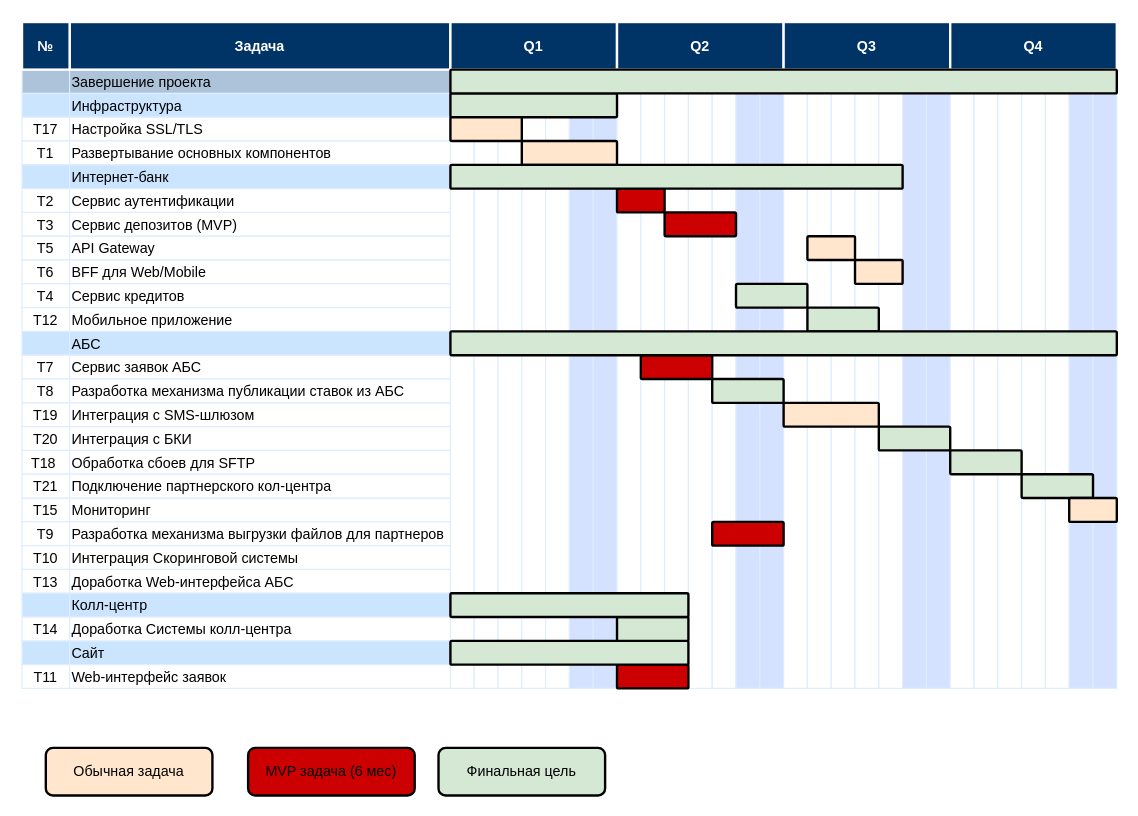
xSparKIx/architecture-pro-standart keeps this draw.io diagram as Task4/roadmap.drawio. Above is the earlier version. Source tidied: cells renumbered, new cells numbered last; positions are measured from the earlier drawing's top-left corner, leaving out a move shared by most shapes. Both pictures are drawn from the tidied source at 119%, with x=0, y=0 at pixel (21, 21).
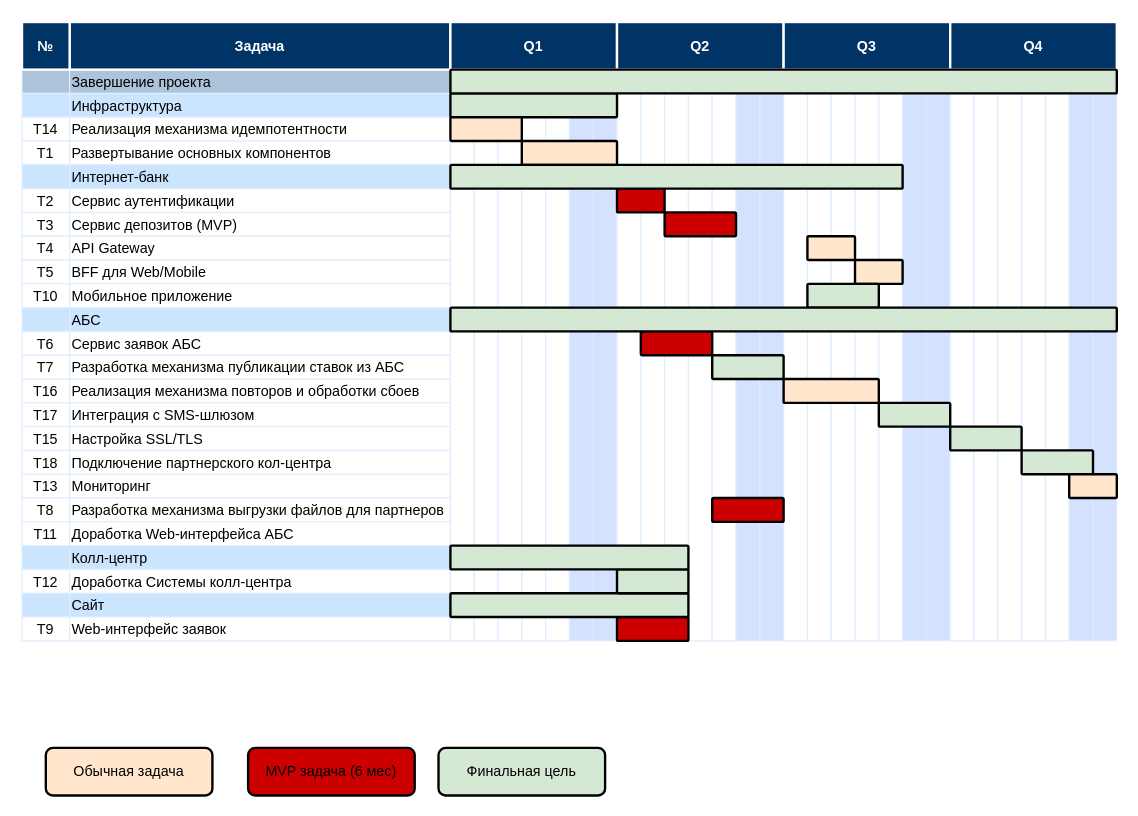
Above is the later version.

Change to the diagram source:
```diff
@@
     <mxCell id="4" style="strokeColor=#DEEDFF;" parent="1" vertex="1">
-      <mxGeometry x="360" y="40" width="20" height="520" as="geometry" />
+      <mxGeometry x="360" y="40" width="20" height="480" as="geometry" />
     </mxCell>
@@
-    <mxCell id="7" value="T17" style="strokeColor=#DEEDFF;" parent="1" vertex="1">
+    <mxCell id="7" value="T14" style="strokeColor=#DEEDFF;" parent="1" vertex="1">
       <mxGeometry y="80" width="40" height="20" as="geometry" />
     </mxCell>
-    <mxCell id="8" value="Настройка SSL/TLS" style="align=left;strokeColor=#DEEDFF;" parent="1" vertex="1">
+    <mxCell id="8" value="Реализация механизма идемпотентности" style="align=left;strokeColor=#DEEDFF;" parent="1" vertex="1">
       <mxGeometry x="40" y="80" width="320" height="20" as="geometry" />
     </mxCell>
@@
-    <mxCell id="18" value="T5" style="strokeColor=#DEEDFF;" parent="1" vertex="1">
+    <mxCell id="18" value="T4" style="strokeColor=#DEEDFF;" parent="1" vertex="1">
       <mxGeometry y="180" width="40" height="20" as="geometry" />
     </mxCell>
@@
-    <mxCell id="20" value="T6" style="strokeColor=#DEEDFF;fillColor=#FFFFFF;" parent="1" vertex="1">
+    <mxCell id="20" value="T5" style="strokeColor=#DEEDFF;fillColor=#FFFFFF;" parent="1" vertex="1">
       <mxGeometry y="200" width="40" height="20" as="geometry" />
     </mxCell>
@@
-    <mxCell id="22" value="T4" style="strokeColor=#DEEDFF;" parent="1" vertex="1">
-      <mxGeometry y="220" width="40" height="20" as="geometry" />
-    </mxCell>
-    <mxCell id="23" value="Сервис кредитов" style="align=left;strokeColor=#DEEDFF;" parent="1" vertex="1">
-      <mxGeometry x="40" y="220" width="320" height="20" as="geometry" />
-    </mxCell>
     <mxCell id="24" style="strokeColor=#DEEDFF;fillColor=#CCE5FF;" parent="1" vertex="1">
-      <mxGeometry y="260" width="40" height="20" as="geometry" />
+      <mxGeometry y="240" width="40" height="20" as="geometry" />
     </mxCell>
     <mxCell id="25" value="АБС" style="align=left;strokeColor=#DEEDFF;fillColor=#CCE5FF;" parent="1" vertex="1">
-      <mxGeometry x="40" y="260" width="320" height="20" as="geometry" />
+      <mxGeometry x="40" y="240" width="320" height="20" as="geometry" />
     </mxCell>
-    <mxCell id="26" value="T7" style="strokeColor=#DEEDFF;" parent="1" vertex="1">
-      <mxGeometry y="280" width="40" height="20" as="geometry" />
+    <mxCell id="26" value="T6" style="strokeColor=#DEEDFF;" parent="1" vertex="1">
+      <mxGeometry y="260" width="40" height="20" as="geometry" />
     </mxCell>
     <mxCell id="27" value="Сервис заявок АБС" style="align=left;strokeColor=#DEEDFF;" parent="1" vertex="1">
-      <mxGeometry x="40" y="280" width="320" height="20" as="geometry" />
+      <mxGeometry x="40" y="260" width="320" height="20" as="geometry" />
     </mxCell>
-    <mxCell id="28" value="T19" style="strokeColor=#DEEDFF;" parent="1" vertex="1">
-      <mxGeometry y="320" width="40" height="20" as="geometry" />
+    <mxCell id="28" value="T16" style="strokeColor=#DEEDFF;" parent="1" vertex="1">
+      <mxGeometry y="300" width="40" height="20" as="geometry" />
     </mxCell>
-    <mxCell id="29" value="Интеграция с SMS-шлюзом" style="align=left;strokeColor=#DEEDFF;" parent="1" vertex="1">
-      <mxGeometry x="40" y="320" width="320" height="20" as="geometry" />
+    <mxCell id="29" value="Реализация механизма повторов и обработки сбоев" style="align=left;strokeColor=#DEEDFF;" parent="1" vertex="1">
+      <mxGeometry x="40" y="300" width="320" height="20" as="geometry" />
     </mxCell>
-    <mxCell id="30" value="T20" style="strokeColor=#DEEDFF;" parent="1" vertex="1">
-      <mxGeometry y="340" width="40" height="20" as="geometry" />
+    <mxCell id="30" value="T17" style="strokeColor=#DEEDFF;" parent="1" vertex="1">
+      <mxGeometry y="320" width="40" height="20" as="geometry" />
     </mxCell>
-    <mxCell id="31" value="Интеграция с БКИ" style="align=left;strokeColor=#DEEDFF;" parent="1" vertex="1">
-      <mxGeometry x="40" y="340" width="320" height="20" as="geometry" />
+    <mxCell id="31" value="Интеграция с SMS-шлюзом" style="align=left;strokeColor=#DEEDFF;" parent="1" vertex="1">
+      <mxGeometry x="40" y="320" width="320" height="20" as="geometry" />
     </mxCell>
-    <mxCell id="32" value="T15" style="strokeColor=#DEEDFF;fillColor=#FFFFFF;" parent="1" vertex="1">
-      <mxGeometry y="400" width="40" height="20" as="geometry" />
+    <mxCell id="32" value="T13" style="strokeColor=#DEEDFF;fillColor=#FFFFFF;" parent="1" vertex="1">
+      <mxGeometry y="380" width="40" height="20" as="geometry" />
     </mxCell>
     <mxCell id="33" value="Мониторинг" style="align=left;strokeColor=#DEEDFF;fillColor=#FFFFFF;" parent="1" vertex="1">
-      <mxGeometry x="40" y="400" width="320" height="20" as="geometry" />
+      <mxGeometry x="40" y="380" width="320" height="20" as="geometry" />
     </mxCell>
-    <mxCell id="34" value="T18 " style="strokeColor=#DEEDFF;fillColor=#FFFFFF;" parent="1" vertex="1">
-      <mxGeometry y="360" width="40" height="20" as="geometry" />
+    <mxCell id="34" value="T15" style="strokeColor=#DEEDFF;fillColor=#FFFFFF;" parent="1" vertex="1">
+      <mxGeometry y="340" width="40" height="20" as="geometry" />
     </mxCell>
-    <mxCell id="35" value="Обработка сбоев для SFTP" style="align=left;strokeColor=#DEEDFF;fillColor=#FFFFFF;" parent="1" vertex="1">
-      <mxGeometry x="40" y="360" width="320" height="20" as="geometry" />
+    <mxCell id="35" value="Настройка SSL/TLS" style="align=left;strokeColor=#DEEDFF;fillColor=#FFFFFF;" parent="1" vertex="1">
+      <mxGeometry x="40" y="340" width="320" height="20" as="geometry" />
     </mxCell>
-    <mxCell id="36" value="T21" style="strokeColor=#DEEDFF;" parent="1" vertex="1">
-      <mxGeometry y="380" width="40" height="20" as="geometry" />
+    <mxCell id="36" value="T18" style="strokeColor=#DEEDFF;" parent="1" vertex="1">
+      <mxGeometry y="360" width="40" height="20" as="geometry" />
     </mxCell>
     <mxCell id="37" value="Подключение партнерского кол-центра" style="align=left;strokeColor=#DEEDFF;" parent="1" vertex="1">
-      <mxGeometry x="40" y="380" width="320" height="20" as="geometry" />
+      <mxGeometry x="40" y="360" width="320" height="20" as="geometry" />
     </mxCell>
     <mxCell id="38" style="strokeColor=#DEEDFF;fillColor=#CCE5FF;" parent="1" vertex="1">
-      <mxGeometry y="520" width="40" height="20" as="geometry" />
+      <mxGeometry y="480" width="40" height="20" as="geometry" />
     </mxCell>
     <mxCell id="39" value="Сайт" style="align=left;strokeColor=#DEEDFF;fillColor=#CCE5FF;" parent="1" vertex="1">
-      <mxGeometry x="40" y="520" width="320" height="20" as="geometry" />
+      <mxGeometry x="40" y="480" width="320" height="20" as="geometry" />
     </mxCell>
-    <mxCell id="40" value="T11" style="strokeColor=#DEEDFF;" parent="1" vertex="1">
-      <mxGeometry y="540" width="40" height="20" as="geometry" />
+    <mxCell id="40" value="T9" style="strokeColor=#DEEDFF;" parent="1" vertex="1">
+      <mxGeometry y="500" width="40" height="20" as="geometry" />
     </mxCell>
     <mxCell id="41" value="Web-интерфейс заявок" style="align=left;strokeColor=#DEEDFF;" parent="1" vertex="1">
-      <mxGeometry x="40" y="540" width="320" height="20" as="geometry" />
+      <mxGeometry x="40" y="500" width="320" height="20" as="geometry" />
     </mxCell>
-    <mxCell id="42" value="Т9" style="strokeColor=#DEEDFF;" parent="1" vertex="1">
-      <mxGeometry y="420" width="40" height="20" as="geometry" />
+    <mxCell id="42" value="Т8" style="strokeColor=#DEEDFF;" parent="1" vertex="1">
+      <mxGeometry y="400" width="40" height="20" as="geometry" />
     </mxCell>
     <mxCell id="43" value="Разработка механизма выгрузки файлов для партнеров" style="align=left;strokeColor=#DEEDFF;" parent="1" vertex="1">
-      <mxGeometry x="40" y="420" width="320" height="20" as="geometry" />
+      <mxGeometry x="40" y="400" width="320" height="20" as="geometry" />
     </mxCell>
-    <mxCell id="44" value="Т10" style="strokeColor=#DEEDFF;" parent="1" vertex="1">
-      <mxGeometry y="440" width="40" height="20" as="geometry" />
-    </mxCell>
-    <mxCell id="45" value="Интеграция Скоринговой системы" style="align=left;strokeColor=#DEEDFF;" parent="1" vertex="1">
-      <mxGeometry x="40" y="440" width="320" height="20" as="geometry" />
-    </mxCell>
-    <mxCell id="46" value="Т13" style="strokeColor=#DEEDFF;" parent="1" vertex="1">
-      <mxGeometry y="460" width="40" height="20" as="geometry" />
+    <mxCell id="46" value="Т11" style="strokeColor=#DEEDFF;" parent="1" vertex="1">
+      <mxGeometry y="420" width="40" height="20" as="geometry" />
     </mxCell>
     <mxCell id="47" value="Доработка Web-интерфейса АБС" style="align=left;strokeColor=#DEEDFF;" parent="1" vertex="1">
-      <mxGeometry x="40" y="460" width="320" height="20" as="geometry" />
+      <mxGeometry x="40" y="420" width="320" height="20" as="geometry" />
     </mxCell>
     <mxCell id="48" style="strokeColor=#DEEDFF;fillColor=#CCE5FF;" parent="1" vertex="1">
-      <mxGeometry y="480" width="40" height="20" as="geometry" />
+      <mxGeometry y="440" width="40" height="20" as="geometry" />
     </mxCell>
     <mxCell id="49" value="Колл-центр" style="align=left;strokeColor=#DEEDFF;fillColor=#CCE5FF;" parent="1" vertex="1">
-      <mxGeometry x="40" y="480" width="320" height="20" as="geometry" />
+      <mxGeometry x="40" y="440" width="320" height="20" as="geometry" />
     </mxCell>
-    <mxCell id="50" value="Т14" style="strokeColor=#DEEDFF;" parent="1" vertex="1">
-      <mxGeometry y="500" width="40" height="20" as="geometry" />
+    <mxCell id="50" value="Т12" style="strokeColor=#DEEDFF;" parent="1" vertex="1">
+      <mxGeometry y="460" width="40" height="20" as="geometry" />
     </mxCell>
     <mxCell id="51" value="Доработка Системы колл-центра" style="align=left;strokeColor=#DEEDFF;" parent="1" vertex="1">
-      <mxGeometry x="40" y="500" width="320" height="20" as="geometry" />
+      <mxGeometry x="40" y="460" width="320" height="20" as="geometry" />
     </mxCell>
-    <mxCell id="52" value="Т8" style="strokeColor=#DEEDFF;" parent="1" vertex="1">
-      <mxGeometry y="300" width="40" height="20" as="geometry" />
+    <mxCell id="52" value="Т7" style="strokeColor=#DEEDFF;" parent="1" vertex="1">
+      <mxGeometry y="280" width="40" height="20" as="geometry" />
     </mxCell>
     <mxCell id="53" value="Разработка механизма публикации ставок из АБС" style="align=left;strokeColor=#DEEDFF;" parent="1" vertex="1">
-      <mxGeometry x="40" y="300" width="320" height="20" as="geometry" />
+      <mxGeometry x="40" y="280" width="320" height="20" as="geometry" />
     </mxCell>
@@
-    <mxCell id="55" value="T12" style="strokeColor=#DEEDFF;" parent="1" vertex="1">
-      <mxGeometry y="240" width="40" height="20" as="geometry" />
+    <mxCell id="55" value="T10" style="strokeColor=#DEEDFF;" parent="1" vertex="1">
+      <mxGeometry y="220" width="40" height="20" as="geometry" />
     </mxCell>
     <mxCell id="56" value="Мобильное приложение" style="align=left;strokeColor=#DEEDFF;" parent="1" vertex="1">
-      <mxGeometry x="40" y="240" width="320" height="20" as="geometry" />
+      <mxGeometry x="40" y="220" width="320" height="20" as="geometry" />
     </mxCell>
     <mxCell id="57" style="strokeColor=#DEEDFF;" parent="1" vertex="1">
-      <mxGeometry x="380" y="40" width="20" height="520" as="geometry" />
+      <mxGeometry x="380" y="40" width="20" height="480" as="geometry" />
     </mxCell>
     <mxCell id="58" style="strokeColor=#DEEDFF;" parent="1" vertex="1">
-      <mxGeometry x="400" y="40" width="20" height="520" as="geometry" />
+      <mxGeometry x="400" y="40" width="20" height="480" as="geometry" />
     </mxCell>
     <mxCell id="59" style="strokeColor=#DEEDFF;" parent="1" vertex="1">
-      <mxGeometry x="420" y="40" width="20" height="520" as="geometry" />
+      <mxGeometry x="420" y="40" width="20" height="480" as="geometry" />
     </mxCell>
     <mxCell id="60" style="strokeColor=#DEEDFF;" parent="1" vertex="1">
-      <mxGeometry x="440" y="40" width="20" height="520" as="geometry" />
+      <mxGeometry x="440" y="40" width="20" height="480" as="geometry" />
     </mxCell>
     <mxCell id="61" style="strokeColor=#DEEDFF;fillColor=#D4E1FF;" parent="1" vertex="1">
-      <mxGeometry x="460" y="40" width="20" height="520" as="geometry" />
+      <mxGeometry x="460" y="40" width="20" height="480" as="geometry" />
     </mxCell>
     <mxCell id="62" style="strokeColor=#DEEDFF;fillColor=#D4E1FF;" parent="1" vertex="1">
-      <mxGeometry x="480" y="40" width="20" height="520" as="geometry" />
+      <mxGeometry x="480" y="40" width="20" height="480" as="geometry" />
     </mxCell>
     <mxCell id="63" style="strokeColor=#DEEDFF;" parent="1" vertex="1">
-      <mxGeometry x="500" y="40" width="20" height="520" as="geometry" />
+      <mxGeometry x="500" y="40" width="20" height="480" as="geometry" />
     </mxCell>
     <mxCell id="64" style="strokeColor=#DEEDFF;" parent="1" vertex="1">
-      <mxGeometry x="520" y="40" width="20" height="520" as="geometry" />
+      <mxGeometry x="520" y="40" width="20" height="480" as="geometry" />
     </mxCell>
     <mxCell id="65" style="strokeColor=#DEEDFF;" parent="1" vertex="1">
-      <mxGeometry x="540" y="40" width="20" height="520" as="geometry" />
+      <mxGeometry x="540" y="40" width="20" height="480" as="geometry" />
     </mxCell>
     <mxCell id="66" style="strokeColor=#DEEDFF;" parent="1" vertex="1">
-      <mxGeometry x="560" y="40" width="20" height="520" as="geometry" />
+      <mxGeometry x="560" y="40" width="20" height="480" as="geometry" />
     </mxCell>
     <mxCell id="67" style="strokeColor=#DEEDFF;" parent="1" vertex="1">
-      <mxGeometry x="580" y="40" width="20" height="520" as="geometry" />
+      <mxGeometry x="580" y="40" width="20" height="480" as="geometry" />
     </mxCell>
     <mxCell id="68" style="strokeColor=#DEEDFF;fillColor=#D4E1FF;" parent="1" vertex="1">
-      <mxGeometry x="600" y="40" width="20" height="520" as="geometry" />
+      <mxGeometry x="600" y="40" width="20" height="480" as="geometry" />
     </mxCell>
     <mxCell id="69" style="strokeColor=#DEEDFF;fillColor=#D4E1FF;" parent="1" vertex="1">
-      <mxGeometry x="620" y="40" width="20" height="520" as="geometry" />
+      <mxGeometry x="620" y="40" width="20" height="480" as="geometry" />
     </mxCell>
     <mxCell id="70" style="strokeColor=#DEEDFF;" parent="1" vertex="1">
-      <mxGeometry x="640" y="40" width="20" height="520" as="geometry" />
+      <mxGeometry x="640" y="40" width="20" height="480" as="geometry" />
     </mxCell>
     <mxCell id="71" style="strokeColor=#DEEDFF;" parent="1" vertex="1">
-      <mxGeometry x="660" y="40" width="20" height="520" as="geometry" />
+      <mxGeometry x="660" y="40" width="20" height="480" as="geometry" />
     </mxCell>
     <mxCell id="72" style="strokeColor=#DEEDFF;" parent="1" vertex="1">
-      <mxGeometry x="680" y="40" width="20" height="520" as="geometry" />
+      <mxGeometry x="680" y="40" width="20" height="480" as="geometry" />
     </mxCell>
     <mxCell id="73" style="strokeColor=#DEEDFF;" parent="1" vertex="1">
-      <mxGeometry x="700" y="40" width="20" height="520" as="geometry" />
+      <mxGeometry x="700" y="40" width="20" height="480" as="geometry" />
     </mxCell>
     <mxCell id="74" style="strokeColor=#DEEDFF;" parent="1" vertex="1">
-      <mxGeometry x="720" y="40" width="20" height="520" as="geometry" />
+      <mxGeometry x="720" y="40" width="20" height="480" as="geometry" />
     </mxCell>
     <mxCell id="75" style="strokeColor=#DEEDFF;fillColor=#D4E1FF;" parent="1" vertex="1">
-      <mxGeometry x="740" y="40" width="20" height="520" as="geometry" />
+      <mxGeometry x="740" y="40" width="20" height="480" as="geometry" />
     </mxCell>
     <mxCell id="76" style="strokeColor=#DEEDFF;fillColor=#D4E1FF;" parent="1" vertex="1">
-      <mxGeometry x="760" y="40" width="20" height="520" as="geometry" />
+      <mxGeometry x="760" y="40" width="20" height="480" as="geometry" />
     </mxCell>
     <mxCell id="77" style="strokeColor=#DEEDFF;" parent="1" vertex="1">
-      <mxGeometry x="780" y="40" width="20" height="520" as="geometry" />
+      <mxGeometry x="780" y="40" width="20" height="480" as="geometry" />
     </mxCell>
     <mxCell id="78" style="strokeColor=#DEEDFF;" parent="1" vertex="1">
-      <mxGeometry x="800" y="40" width="20" height="520" as="geometry" />
+      <mxGeometry x="800" y="40" width="20" height="480" as="geometry" />
     </mxCell>
     <mxCell id="79" style="strokeColor=#DEEDFF;" parent="1" vertex="1">
-      <mxGeometry x="820" y="40" width="20" height="520" as="geometry" />
+      <mxGeometry x="820" y="40" width="20" height="480" as="geometry" />
     </mxCell>
     <mxCell id="80" style="strokeColor=#DEEDFF;" parent="1" vertex="1">
-      <mxGeometry x="840" y="40" width="20" height="520" as="geometry" />
+      <mxGeometry x="840" y="40" width="20" height="480" as="geometry" />
     </mxCell>
     <mxCell id="81" style="strokeColor=#DEEDFF;" parent="1" vertex="1">
-      <mxGeometry x="860" y="40" width="20" height="520" as="geometry" />
+      <mxGeometry x="860" y="40" width="20" height="480" as="geometry" />
     </mxCell>
     <mxCell id="82" style="strokeColor=#DEEDFF;fillColor=#D4E1FF;" parent="1" vertex="1">
-      <mxGeometry x="880" y="40" width="20" height="520" as="geometry" />
+      <mxGeometry x="880" y="40" width="20" height="480" as="geometry" />
     </mxCell>
     <mxCell id="83" style="strokeColor=#DEEDFF;fillColor=#D4E1FF;" parent="1" vertex="1">
-      <mxGeometry x="900" y="40" width="20" height="520" as="geometry" />
+      <mxGeometry x="900" y="40" width="20" height="480" as="geometry" />
     </mxCell>
@@
-    <mxCell id="98" style="shape=mxgraph.flowchart.process;fillColor=#d5e8d4;strokeColor=default;strokeWidth=2;" parent="1" vertex="1">
-      <mxGeometry x="600" y="220" width="60" height="20" as="geometry" />
-    </mxCell>
     <mxCell id="99" style="shape=mxgraph.flowchart.process;fillColor=#CC0000;strokeColor=default;strokeWidth=2;" parent="1" vertex="1">
-      <mxGeometry x="520" y="280" width="60" height="20" as="geometry" />
+      <mxGeometry x="520" y="260" width="60" height="20" as="geometry" />
     </mxCell>
     <mxCell id="100" style="shape=mxgraph.flowchart.process;fillColor=#CC0000;strokeColor=default;strokeWidth=2;" parent="1" vertex="1">
-      <mxGeometry x="500" y="540" width="60" height="20" as="geometry" />
+      <mxGeometry x="500" y="500" width="60" height="20" as="geometry" />
     </mxCell>
     <mxCell id="101" style="shape=mxgraph.flowchart.process;fillColor=#d5e8d4;strokeColor=#000000;strokeWidth=2;" parent="1" vertex="1">
-      <mxGeometry x="580" y="300" width="60" height="20" as="geometry" />
+      <mxGeometry x="580" y="280" width="60" height="20" as="geometry" />
     </mxCell>
     <mxCell id="102" style="shape=mxgraph.flowchart.process;fillColor=#ffe6cc;strokeColor=#000000;strokeWidth=2;" parent="1" vertex="1">
-      <mxGeometry x="640" y="320" width="80" height="20" as="geometry" />
+      <mxGeometry x="640" y="300" width="80" height="20" as="geometry" />
     </mxCell>
     <mxCell id="103" style="shape=mxgraph.flowchart.process;fillColor=#d5e8d4;strokeColor=default;strokeWidth=2;" parent="1" vertex="1">
-      <mxGeometry x="720" y="340" width="60" height="20" as="geometry" />
+      <mxGeometry x="720" y="320" width="60" height="20" as="geometry" />
     </mxCell>
     <mxCell id="104" style="shape=mxgraph.flowchart.process;fillColor=#d5e8d4;strokeColor=default;strokeWidth=2;" parent="1" vertex="1">
-      <mxGeometry x="780" y="360" width="60" height="20" as="geometry" />
+      <mxGeometry x="780" y="340" width="60" height="20" as="geometry" />
     </mxCell>
     <mxCell id="105" style="shape=mxgraph.flowchart.process;fillColor=#d5e8d4;strokeColor=default;strokeWidth=2;" parent="1" vertex="1">
-      <mxGeometry x="840" y="380" width="60" height="20" as="geometry" />
+      <mxGeometry x="840" y="360" width="60" height="20" as="geometry" />
     </mxCell>
     <mxCell id="106" style="shape=mxgraph.flowchart.process;fillColor=#d5e8d4;strokeColor=default;strokeWidth=2;" parent="1" vertex="1">
-      <mxGeometry x="660" y="240" width="60" height="20" as="geometry" />
+      <mxGeometry x="660" y="220" width="60" height="20" as="geometry" />
     </mxCell>
@@
     <mxCell id="108" style="shape=mxgraph.flowchart.process;fillColor=#d5e8d4;strokeColor=#000000;strokeWidth=2;opacity=100;" parent="1" vertex="1">
-      <mxGeometry x="360" y="260" width="560" height="20" as="geometry" />
+      <mxGeometry x="360" y="240" width="560" height="20" as="geometry" />
     </mxCell>
     <mxCell id="109" style="shape=mxgraph.flowchart.process;fillColor=#d5e8d4;strokeColor=#000000;strokeWidth=2;opacity=100;" parent="1" vertex="1">
-      <mxGeometry x="360" y="520" width="200" height="20" as="geometry" />
+      <mxGeometry x="360" y="480" width="200" height="20" as="geometry" />
     </mxCell>
     <mxCell id="110" style="shape=mxgraph.flowchart.process;fillColor=#ffe6cc;strokeColor=#000000;strokeWidth=2;" parent="1" vertex="1">
-      <mxGeometry x="880" y="400" width="40" height="20" as="geometry" />
+      <mxGeometry x="880" y="380" width="40" height="20" as="geometry" />
     </mxCell>
     <mxCell id="111" style="shape=mxgraph.flowchart.process;fillColor=#CC0000;strokeColor=default;strokeWidth=2;" parent="1" vertex="1">
-      <mxGeometry x="580" y="420" width="60" height="20" as="geometry" />
+      <mxGeometry x="580" y="400" width="60" height="20" as="geometry" />
     </mxCell>
     <mxCell id="112" style="shape=mxgraph.flowchart.process;fillColor=#d5e8d4;strokeColor=#000000;strokeWidth=2;" parent="1" vertex="1">
-      <mxGeometry x="500" y="500" width="60" height="20" as="geometry" />
+      <mxGeometry x="500" y="460" width="60" height="20" as="geometry" />
     </mxCell>
     <mxCell id="113" style="shape=mxgraph.flowchart.process;fillColor=#d5e8d4;strokeColor=#000000;strokeWidth=2;opacity=100;" parent="1" vertex="1">
-      <mxGeometry x="360" y="480" width="200" height="20" as="geometry" />
+      <mxGeometry x="360" y="440" width="200" height="20" as="geometry" />
     </mxCell>
```
